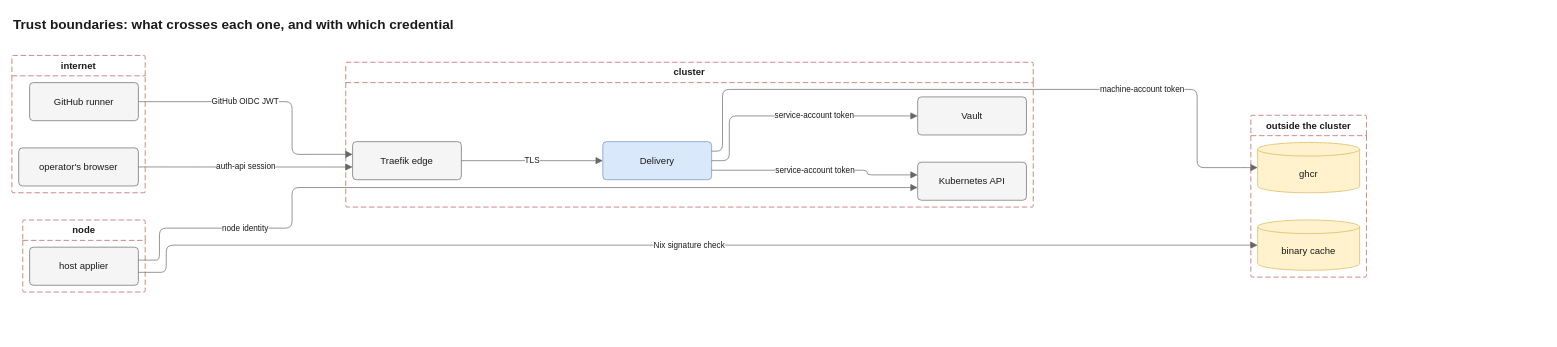
The draw.io diagram docs/diagrams/src/trust-boundaries.drawio in JorisJonkers-dev/estate-kit, before the edit. Source tidied: cells renumbered, new cells numbered last; positions are measured from the earlier drawing's top-left corner, leaving out a move shared by most shapes. Both pictures are drawn from the tidied source at 68%, with x=0, y=0 at pixel (12, 12).
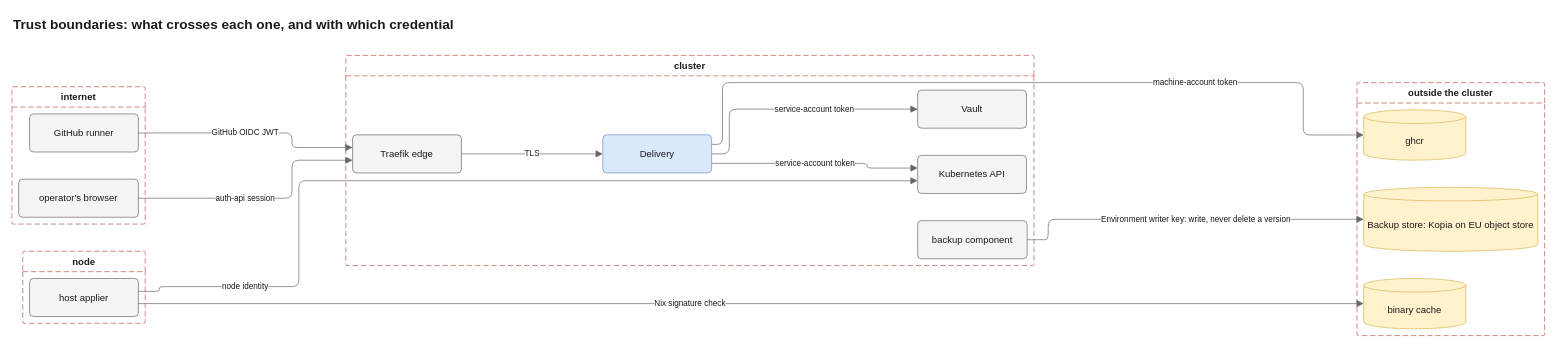
The same page after the edit.

The change refers to these unchanged cells:
```xml
<mxCell id="3" value="GitHub runner" style="rounded=1;arcSize=10;html=1;whiteSpace=wrap;fontSize=14;fontColor=light-dark(#1a1a1a,#e8e8e8);fillColor=light-dark(#f5f5f5,#2b2b2b);strokeColor=light-dark(#666666,#a8a8a8);fontFamily=Helvetica;" parent="2" vertex="1">
  <mxGeometry x="26" y="40" width="160" height="56" as="geometry" />
</mxCell>
<mxCell id="4" value="operator's browser" style="rounded=1;arcSize=10;html=1;whiteSpace=wrap;fontSize=14;fontColor=light-dark(#1a1a1a,#e8e8e8);fillColor=light-dark(#f5f5f5,#2b2b2b);strokeColor=light-dark(#666666,#a8a8a8);fontFamily=Helvetica;" parent="2" vertex="1">
  <mxGeometry x="10" y="136" width="176" height="56" as="geometry" />
</mxCell>
<mxCell id="6" value="Traefik edge" style="rounded=1;arcSize=10;html=1;whiteSpace=wrap;fontSize=14;fontColor=light-dark(#1a1a1a,#e8e8e8);fillColor=light-dark(#f5f5f5,#2b2b2b);strokeColor=light-dark(#666666,#a8a8a8);fontFamily=Helvetica;" parent="5" vertex="1">
  <mxGeometry x="10" y="116.8" width="160" height="56" as="geometry" />
</mxCell>
<mxCell id="7" value="Delivery" style="rounded=1;arcSize=10;html=1;whiteSpace=wrap;fontSize=14;fontColor=light-dark(#1a1a1a,#e8e8e8);fillColor=light-dark(#dae8fc,#1f3a5f);strokeColor=light-dark(#6c8ebf,#7aa7e0);fontFamily=Helvetica;" parent="5" vertex="1">
  <mxGeometry x="378" y="116.8" width="160" height="56" as="geometry" />
</mxCell>
<mxCell id="9" value="Kubernetes API" style="rounded=1;arcSize=10;html=1;whiteSpace=wrap;fontSize=14;fontColor=light-dark(#1a1a1a,#e8e8e8);fillColor=light-dark(#f5f5f5,#2b2b2b);strokeColor=light-dark(#666666,#a8a8a8);fontFamily=Helvetica;" parent="5" vertex="1">
  <mxGeometry x="841" y="147" width="160" height="56" as="geometry" />
</mxCell>
<mxCell id="14" value="host applier" style="rounded=1;arcSize=10;html=1;whiteSpace=wrap;fontSize=14;fontColor=light-dark(#1a1a1a,#e8e8e8);fillColor=light-dark(#f5f5f5,#2b2b2b);strokeColor=light-dark(#666666,#a8a8a8);fontFamily=Helvetica;" parent="13" vertex="1">
  <mxGeometry x="10" y="40" width="160" height="56" as="geometry" />
</mxCell>
<mxCell id="16" value="ghcr" style="shape=cylinder3;size=10;boundedLbl=1;backgroundOutline=1;html=1;whiteSpace=wrap;fontSize=14;fontColor=light-dark(#1a1a1a,#e8e8e8);fillColor=light-dark(#fff2cc,#3a3220);strokeColor=light-dark(#d6b656,#c9a74a);fontFamily=Helvetica;" parent="15" vertex="1">
  <mxGeometry x="10" y="40" width="150" height="74" as="geometry" />
</mxCell>
```

The edit, as a diff of the source:
```diff
@@
     <mxCell id="2" value="internet" style="swimlane;startSize=30;rounded=1;arcSize=4;absoluteArcSize=1;dashed=1;dashPattern=8 4;html=1;whiteSpace=wrap;fontSize=14;fontColor=light-dark(#1a1a1a,#e8e8e8);fontStyle=1;fillColor=none;swimlaneFillColor=none;strokeColor=light-dark(#b85450,#d47a7a);fontFamily=Helvetica;" parent="1" vertex="1">
-      <mxGeometry y="64" width="196" height="202" as="geometry" />
+      <mxGeometry y="110" width="196" height="202" as="geometry" />
     </mxCell>
@@
     <mxCell id="5" value="cluster" style="swimlane;startSize=30;rounded=1;arcSize=4;absoluteArcSize=1;dashed=1;dashPattern=8 4;html=1;whiteSpace=wrap;fontSize=14;fontColor=light-dark(#1a1a1a,#e8e8e8);fontStyle=1;fillColor=none;swimlaneFillColor=none;strokeColor=light-dark(#b85450,#d47a7a);fontFamily=Helvetica;" parent="1" vertex="1">
-      <mxGeometry x="491" y="74" width="1011" height="213" as="geometry" />
+      <mxGeometry x="491" y="64" width="1012" height="309" as="geometry" />
     </mxCell>
@@
+    <mxCell id="24" value="backup component" style="rounded=1;arcSize=10;html=1;whiteSpace=wrap;fontSize=14;fontColor=light-dark(#1a1a1a,#e8e8e8);fillColor=light-dark(#f5f5f5,#2b2b2b);strokeColor=light-dark(#666666,#a8a8a8);fontFamily=Helvetica;" parent="5" vertex="1">
+      <mxGeometry x="841" y="243" width="161" height="56" as="geometry" />
+    </mxCell>
@@
     <mxCell id="13" value="node" style="swimlane;startSize=30;rounded=1;arcSize=4;absoluteArcSize=1;dashed=1;dashPattern=8 4;html=1;whiteSpace=wrap;fontSize=14;fontColor=light-dark(#1a1a1a,#e8e8e8);fontStyle=1;fillColor=none;swimlaneFillColor=none;strokeColor=light-dark(#b85450,#d47a7a);fontFamily=Helvetica;" parent="1" vertex="1">
-      <mxGeometry x="16" y="306" width="180" height="106" as="geometry" />
+      <mxGeometry x="16" y="352" width="180" height="106" as="geometry" />
     </mxCell>
@@
     <mxCell id="15" value="outside the cluster" style="swimlane;startSize=30;rounded=1;arcSize=4;absoluteArcSize=1;dashed=1;dashPattern=8 4;html=1;whiteSpace=wrap;fontSize=14;fontColor=light-dark(#1a1a1a,#e8e8e8);fontStyle=1;fillColor=none;swimlaneFillColor=none;strokeColor=light-dark(#b85450,#d47a7a);fontFamily=Helvetica;" parent="1" vertex="1">
-      <mxGeometry x="1822" y="152" width="170" height="238" as="geometry" />
+      <mxGeometry x="1978" y="104" width="276" height="372" as="geometry" />
     </mxCell>
@@
     <mxCell id="17" value="binary cache" style="shape=cylinder3;size=10;boundedLbl=1;backgroundOutline=1;html=1;whiteSpace=wrap;fontSize=14;fontColor=light-dark(#1a1a1a,#e8e8e8);fillColor=light-dark(#fff2cc,#3a3220);strokeColor=light-dark(#d6b656,#c9a74a);fontFamily=Helvetica;" parent="15" vertex="1">
-      <mxGeometry x="10" y="154" width="150" height="74" as="geometry" />
+      <mxGeometry x="10" y="288" width="150" height="74" as="geometry" />
     </mxCell>
+    <mxCell id="25" value="Backup store: Kopia on EU object store" style="shape=cylinder3;size=10;boundedLbl=1;backgroundOutline=1;html=1;whiteSpace=wrap;fontSize=14;fontColor=light-dark(#1a1a1a,#e8e8e8);fillColor=light-dark(#fff2cc,#3a3220);strokeColor=light-dark(#d6b656,#c9a74a);fontFamily=Helvetica;" parent="15" vertex="1">
+      <mxGeometry x="10" y="154" width="256" height="94" as="geometry" />
+    </mxCell>
     <mxCell id="18" value="GitHub OIDC JWT" style="html=1;rounded=1;fontSize=14;fontSize=12;fontColor=light-dark(#1a1a1a,#e8e8e8);strokeColor=light-dark(#666666,#a8a8a8);endArrow=block;endFill=1;endSize=8;curved=0;exitX=1;exitY=0.5;entryX=0;entryY=0.3334;edgeStyle=orthogonalEdgeStyle;fontFamily=Helvetica;labelBackgroundColor=light-dark(#ffffff,#1e1e1e);" parent="1" edge="1" source="3" target="6">
       <mxGeometry relative="1" as="geometry">
         <Array as="points">
-          <mxPoint x="201" y="132" />
-          <mxPoint x="412" y="132" />
-          <mxPoint x="412" y="210" />
-          <mxPoint x="486" y="209.5" />
+          <mxPoint x="201" y="178" />
+          <mxPoint x="412" y="178" />
+          <mxPoint x="412" y="200" />
+          <mxPoint x="486" y="199.5" />
         </Array>
-        <mxPoint x="-39" as="offset" />
+        <mxPoint x="-11" as="offset" />
       </mxGeometry>
     </mxCell>
     <mxCell id="19" value="auth-api session" style="html=1;rounded=1;fontSize=14;fontSize=12;fontColor=light-dark(#1a1a1a,#e8e8e8);strokeColor=light-dark(#666666,#a8a8a8);endArrow=block;endFill=1;endSize=8;curved=0;exitX=1;exitY=0.5;entryX=0;entryY=0.6668;edgeStyle=orthogonalEdgeStyle;fontFamily=Helvetica;labelBackgroundColor=light-dark(#ffffff,#1e1e1e);" parent="1" edge="1" source="4" target="6">
       <mxGeometry relative="1" as="geometry">
         <Array as="points">
-          <mxPoint x="201" y="228" />
-          <mxPoint x="486" y="228.2" />
+          <mxPoint x="201" y="274" />
+          <mxPoint x="412" y="274" />
+          <mxPoint x="412" y="218" />
+          <mxPoint x="486" y="218.2" />
         </Array>
+        <mxPoint x="-28" as="offset" />
       </mxGeometry>
     </mxCell>
     <mxCell id="20" value="machine-account token" style="html=1;rounded=1;fontSize=14;fontSize=12;fontColor=light-dark(#1a1a1a,#e8e8e8);strokeColor=light-dark(#666666,#a8a8a8);endArrow=block;endFill=1;endSize=8;curved=0;exitX=1;exitY=0.25;entryX=0;entryY=0.5;edgeStyle=orthogonalEdgeStyle;fontFamily=Helvetica;labelBackgroundColor=light-dark(#ffffff,#1e1e1e);" parent="1" edge="1" source="7" target="16">
       <mxGeometry relative="1" as="geometry">
         <Array as="points">
-          <mxPoint x="1045" y="204.8" />
-          <mxPoint x="1045" y="114" />
-          <mxPoint x="1743" y="114" />
-          <mxPoint x="1743" y="229" />
-          <mxPoint x="1817" y="229" />
+          <mxPoint x="1045" y="194.8" />
+          <mxPoint x="1045" y="104" />
+          <mxPoint x="1899" y="104" />
+          <mxPoint x="1899" y="181" />
+          <mxPoint x="1973" y="181" />
         </Array>
-        <mxPoint x="219.4" as="offset" />
+        <mxPoint x="238.9" as="offset" />
       </mxGeometry>
     </mxCell>
-    <mxCell id="21" value="node identity" style="html=1;rounded=1;fontSize=14;fontSize=12;fontColor=light-dark(#1a1a1a,#e8e8e8);strokeColor=light-dark(#666666,#a8a8a8);endArrow=block;endFill=1;endSize=8;curved=0;exitX=1;exitY=0.3393;entryX=0;entryY=0.6666;edgeStyle=orthogonalEdgeStyle;fontFamily=Helvetica;labelBackgroundColor=light-dark(#ffffff,#1e1e1e);" parent="1" edge="1" source="14" target="9">
+    <mxCell id="21" value="Environment writer key: write, never delete a version" style="html=1;rounded=1;fontSize=14;fontSize=12;fontColor=light-dark(#1a1a1a,#e8e8e8);strokeColor=light-dark(#666666,#a8a8a8);endArrow=block;endFill=1;endSize=8;curved=0;exitX=1;exitY=0.5;entryX=0;entryY=0.5;edgeStyle=orthogonalEdgeStyle;fontFamily=Helvetica;labelBackgroundColor=light-dark(#ffffff,#1e1e1e);" parent="1" edge="1" source="24" target="25">
       <mxGeometry relative="1" as="geometry">
         <Array as="points">
-          <mxPoint x="201" y="365" />
-          <mxPoint x="217" y="365" />
-          <mxPoint x="217" y="318" />
-          <mxPoint x="412" y="318" />
-          <mxPoint x="412" y="258" />
-          <mxPoint x="486" y="258.3" />
+          <mxPoint x="1508" y="335" />
+          <mxPoint x="1524" y="335" />
+          <mxPoint x="1524" y="305" />
+          <mxPoint x="1973" y="305" />
         </Array>
-        <mxPoint x="-362" y="59.7" as="offset" />
+        <mxPoint x="15" as="offset" />
       </mxGeometry>
     </mxCell>
-    <mxCell id="22" value="Nix signature check" style="html=1;rounded=1;fontSize=14;fontSize=12;fontColor=light-dark(#1a1a1a,#e8e8e8);strokeColor=light-dark(#666666,#a8a8a8);endArrow=block;endFill=1;endSize=8;curved=0;exitX=1;exitY=0.6607;entryX=0;entryY=0.5;edgeStyle=orthogonalEdgeStyle;fontFamily=Helvetica;labelBackgroundColor=light-dark(#ffffff,#1e1e1e);" parent="1" edge="1" source="14" target="17">
+    <mxCell id="22" value="node identity" style="html=1;rounded=1;fontSize=14;fontSize=12;fontColor=light-dark(#1a1a1a,#e8e8e8);strokeColor=light-dark(#666666,#a8a8a8);endArrow=block;endFill=1;endSize=8;curved=0;exitX=1;exitY=0.3393;entryX=0;entryY=0.6666;edgeStyle=orthogonalEdgeStyle;fontFamily=Helvetica;labelBackgroundColor=light-dark(#ffffff,#1e1e1e);" parent="1" edge="1" source="14" target="9">
       <mxGeometry relative="1" as="geometry">
         <Array as="points">
-          <mxPoint x="201" y="383" />
-          <mxPoint x="227" y="383" />
-          <mxPoint x="227" y="343" />
-          <mxPoint x="1817" y="343" />
+          <mxPoint x="201" y="411" />
+          <mxPoint x="217" y="411" />
+          <mxPoint x="217" y="404" />
+          <mxPoint x="422" y="404" />
+          <mxPoint x="422" y="248" />
+          <mxPoint x="486" y="248.3" />
         </Array>
-        <mxPoint x="7.5" as="offset" />
+        <mxPoint x="-334" y="155.7" as="offset" />
       </mxGeometry>
     </mxCell>
+    <mxCell id="26" value="Nix signature check" style="html=1;rounded=1;fontSize=14;fontSize=12;fontColor=light-dark(#1a1a1a,#e8e8e8);strokeColor=light-dark(#666666,#a8a8a8);endArrow=block;endFill=1;endSize=8;curved=0;exitX=1;exitY=0.6607;entryX=0;entryY=0.5;edgeStyle=orthogonalEdgeStyle;fontFamily=Helvetica;labelBackgroundColor=light-dark(#ffffff,#1e1e1e);" parent="1" edge="1" source="14" target="17">
+      <mxGeometry relative="1" as="geometry">
+        <Array as="points">
+          <mxPoint x="201" y="429" />
+          <mxPoint x="1973" y="429" />
+        </Array>
+        <mxPoint x="-90" as="offset" />
+      </mxGeometry>
+    </mxCell>
     <mxCell id="23" value="Trust boundaries: what crosses each one, and with which credential" style="text;html=1;whiteSpace=wrap;align=left;verticalAlign=middle;fontSize=20;fontStyle=1;fontColor=light-dark(#1a1a1a,#e8e8e8);fontFamily=Helvetica;" parent="1" vertex="1">
-      <mxGeometry width="1992" height="36" as="geometry" />
+      <mxGeometry width="2254" height="36" as="geometry" />
     </mxCell>
```
